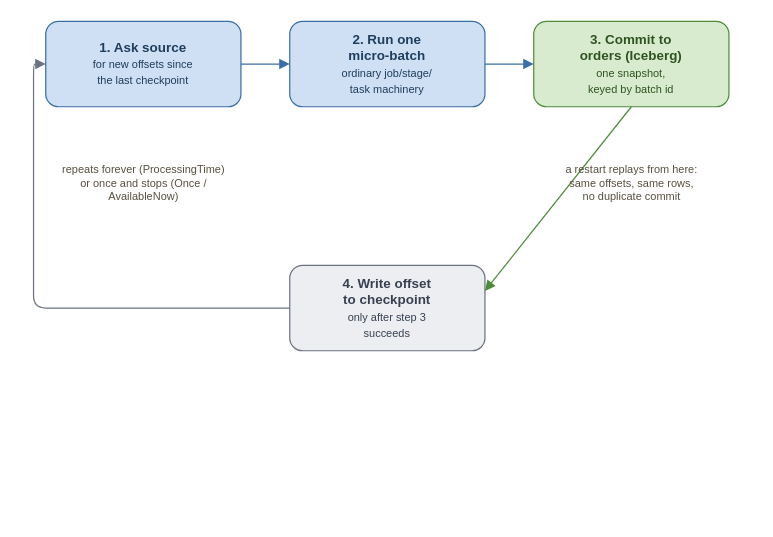
Above: book/figures/microbatch-commit-loop.drawio in AlanPhan04/spark-101-to-pro (draw.io), before the change. Source tidied: cells renumbered, new cells numbered last; positions are measured from the earlier drawing's top-left corner, leaving out a move shared by most shapes. Both pictures are drawn from the tidied source at 122%, with x=0, y=0 at pixel (21, 21).
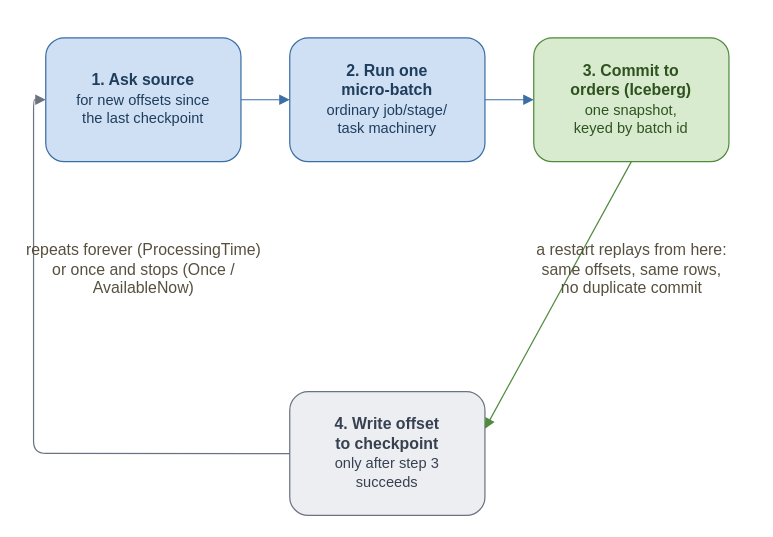
The same page after the edit.

What changed in the source:
```diff
@@
 <mxGraphModel>
   <root>
     <mxCell id="0" />
     <mxCell id="1" parent="0" />
-    <mxCell id="2" value="&lt;b&gt;1. Ask source&lt;/b&gt;&lt;br&gt;&lt;span style=&quot;font-size:9px&quot;&gt;for new offsets since&lt;br&gt;the last checkpoint&lt;/span&gt;" style="rounded=1;whiteSpace=wrap;html=1;fillColor=#cfe0f4;strokeColor=#3b6ea5;fontSize=11;fontColor=#1f3d5c;" parent="1" vertex="1">
-      <mxGeometry x="20" width="160" height="70" as="geometry" />
+    <mxCell id="2" value="&lt;b&gt;1. Ask source&lt;/b&gt;&lt;br&gt;&lt;span style=&quot;font-size:12px&quot;&gt;for new offsets since&lt;br&gt;the last checkpoint&lt;/span&gt;" style="rounded=1;whiteSpace=wrap;html=1;fillColor=#cfe0f4;strokeColor=#3b6ea5;fontSize=13;fontColor=#1f3d5c;" parent="1" vertex="1">
+      <mxGeometry x="20" y="13.5" width="160" height="101.5" as="geometry" />
     </mxCell>
-    <mxCell id="3" value="&lt;b&gt;2. Run one&lt;br&gt;micro-batch&lt;/b&gt;&lt;br&gt;&lt;span style=&quot;font-size:9px&quot;&gt;ordinary job/stage/&lt;br&gt;task machinery&lt;/span&gt;" style="rounded=1;whiteSpace=wrap;html=1;fillColor=#cfe0f4;strokeColor=#3b6ea5;fontSize=11;fontColor=#1f3d5c;" parent="1" vertex="1">
-      <mxGeometry x="220" width="160" height="70" as="geometry" />
+    <mxCell id="3" value="&lt;b&gt;2. Run one&lt;br&gt;micro-batch&lt;/b&gt;&lt;br&gt;&lt;span style=&quot;font-size:12px&quot;&gt;ordinary job/stage/&lt;br&gt;task machinery&lt;/span&gt;" style="rounded=1;whiteSpace=wrap;html=1;fillColor=#cfe0f4;strokeColor=#3b6ea5;fontSize=13;fontColor=#1f3d5c;" parent="1" vertex="1">
+      <mxGeometry x="220" y="13.5" width="160" height="101.5" as="geometry" />
     </mxCell>
-    <mxCell id="4" value="&lt;b&gt;3. Commit to&lt;br&gt;orders (Iceberg)&lt;/b&gt;&lt;br&gt;&lt;span style=&quot;font-size:9px&quot;&gt;one snapshot,&lt;br&gt;keyed by batch id&lt;/span&gt;" style="rounded=1;whiteSpace=wrap;html=1;fillColor=#d8ebcf;strokeColor=#4f8a3d;fontSize=11;fontColor=#2f5320;" parent="1" vertex="1">
-      <mxGeometry x="420" width="160" height="70" as="geometry" />
+    <mxCell id="4" value="&lt;b&gt;3. Commit to&lt;br&gt;orders (Iceberg)&lt;/b&gt;&lt;br&gt;&lt;span style=&quot;font-size:12px&quot;&gt;one snapshot,&lt;br&gt;keyed by batch id&lt;/span&gt;" style="rounded=1;whiteSpace=wrap;html=1;fillColor=#d8ebcf;strokeColor=#4f8a3d;fontSize=13;fontColor=#2f5320;" parent="1" vertex="1">
+      <mxGeometry x="420" y="13.5" width="160" height="101.5" as="geometry" />
     </mxCell>
-    <mxCell id="5" value="&lt;b&gt;4. Write offset&lt;br&gt;to checkpoint&lt;/b&gt;&lt;br&gt;&lt;span style=&quot;font-size:9px&quot;&gt;only after step 3&lt;br&gt;succeeds&lt;/span&gt;" style="rounded=1;whiteSpace=wrap;html=1;fillColor=#eceef1;strokeColor=#6b7280;fontSize=11;fontColor=#374151;" parent="1" vertex="1">
-      <mxGeometry x="220" y="200" width="160" height="70" as="geometry" />
+    <mxCell id="5" value="&lt;b&gt;4. Write offset&lt;br&gt;to checkpoint&lt;/b&gt;&lt;br&gt;&lt;span style=&quot;font-size:12px&quot;&gt;only after step 3&lt;br&gt;succeeds&lt;/span&gt;" style="rounded=1;whiteSpace=wrap;html=1;fillColor=#eceef1;strokeColor=#6b7280;fontSize=13;fontColor=#374151;" parent="1" vertex="1">
+      <mxGeometry x="220" y="303.5" width="160" height="101.5" as="geometry" />
     </mxCell>
     <mxCell id="6" style="edges=1;html=1;endArrow=block;strokeColor=#3b6ea5;" parent="1" edge="1" source="2" target="3">
       <mxGeometry relative="1" as="geometry" />
     </mxCell>
     <mxCell id="7" style="edges=1;html=1;endArrow=block;strokeColor=#3b6ea5;" parent="1" edge="1" source="3" target="4">
       <mxGeometry relative="1" as="geometry" />
     </mxCell>
     <mxCell id="8" style="edges=1;html=1;endArrow=block;strokeColor=#4f8a3d;exitX=0.5;exitY=1;entryX=1;entryY=0.3;" parent="1" edge="1" source="4" target="5">
       <mxGeometry relative="1" as="geometry" />
     </mxCell>
     <mxCell id="9" style="edges=1;html=1;endArrow=block;strokeColor=#6b7280;exitX=0;entryX=0;entryY=0.5;exitY=0.5;rounded=1;" parent="1" edge="1" source="5" target="2">
       <mxGeometry relative="1" as="geometry">
         <Array as="points">
-          <mxPoint x="10" y="235" />
-          <mxPoint x="10" y="35" />
+          <mxPoint x="10" y="354.2" />
+          <mxPoint x="10" y="64.2" />
         </Array>
       </mxGeometry>
     </mxCell>
-    <mxCell id="10" value="repeats forever (ProcessingTime)&lt;br&gt;or once and stops (Once /&lt;br&gt;AvailableNow)" style="text;html=1;align=center;fontSize=9;fontColor=#57503f;" parent="1" vertex="1">
-      <mxGeometry y="110" width="200" height="80" as="geometry" />
+    <mxCell id="10" value="repeats forever (ProcessingTime)&lt;br&gt;or once and stops (Once /&lt;br&gt;AvailableNow)" style="text;html=1;align=center;fontSize=13;fontColor=#57503f;" parent="1" vertex="1">
+      <mxGeometry y="173" width="200" height="116" as="geometry" />
     </mxCell>
-    <mxCell id="11" value="a restart replays from here:&lt;br&gt;same offsets, same rows,&lt;br&gt;no duplicate commit" style="text;html=1;align=center;fontSize=9;fontColor=#57503f;" parent="1" vertex="1">
-      <mxGeometry x="400" y="110" width="200" height="80" as="geometry" />
+    <mxCell id="11" value="a restart replays from here:&lt;br&gt;same offsets, same rows,&lt;br&gt;no duplicate commit" style="text;html=1;align=center;fontSize=13;fontColor=#57503f;" parent="1" vertex="1">
+      <mxGeometry x="400" y="173" width="200" height="116" as="geometry" />
     </mxCell>
   </root>
 </mxGraphModel>
```
